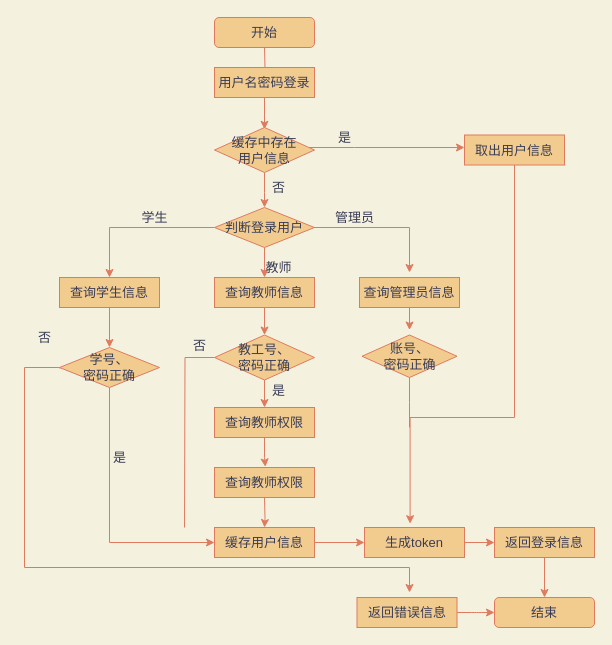
rufeng-h/healthman keeps this draw.io diagram as docs/img-raw/实现/登录流程.drawio. Above is the earlier version. Source tidied: cells renumbered, new cells numbered last; positions are measured from the earlier drawing's top-left corner, leaving out a move shared by most shapes. Both pictures are drawn from the tidied source at 100%, with x=0, y=0 at pixel (24, 17).
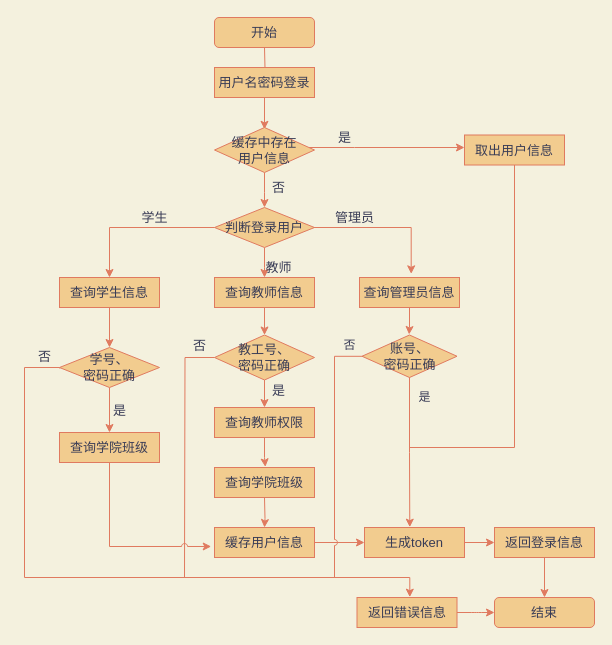
The same page after the edit.

The change refers to these unchanged cells:
```xml
<mxCell id="9" value="取出用户信息" style="whiteSpace=wrap;html=1;strokeWidth=1;fillColor=#F2CC8F;strokeColor=#E07A5F;fontColor=#393C56;fontSize=13;" parent="1" vertex="1">
  <mxGeometry x="440" y="117.5" width="100" height="30" as="geometry" />
</mxCell>
<mxCell id="12" value="生成token" style="whiteSpace=wrap;html=1;strokeWidth=1;fillColor=#F2CC8F;strokeColor=#E07A5F;fontColor=#393C56;fontSize=13;" parent="1" vertex="1">
  <mxGeometry x="340" y="510" width="100" height="30" as="geometry" />
</mxCell>
<mxCell id="19" value="判断登录用户" style="rhombus;whiteSpace=wrap;html=1;strokeWidth=1;fillColor=#F2CC8F;strokeColor=#E07A5F;fontColor=#393C56;fontSize=13;" parent="1" vertex="1">
  <mxGeometry x="190" y="190" width="100" height="40" as="geometry" />
</mxCell>
<mxCell id="22" value="教工号、&lt;br style=&quot;font-size: 13px;&quot;&gt;密码正确" style="rhombus;whiteSpace=wrap;html=1;strokeWidth=1;fillColor=#F2CC8F;strokeColor=#E07A5F;fontColor=#393C56;fontSize=13;" parent="1" vertex="1">
  <mxGeometry x="190" y="317.5" width="100" height="45" as="geometry" />
</mxCell>
<mxCell id="33" value="学号、&lt;br style=&quot;font-size: 13px;&quot;&gt;密码正确" style="rhombus;whiteSpace=wrap;html=1;strokeWidth=1;fillColor=#F2CC8F;strokeColor=#E07A5F;fontColor=#393C56;fontSize=13;" parent="1" vertex="1">
  <mxGeometry x="35" y="330" width="100" height="40" as="geometry" />
</mxCell>
<mxCell id="35" value="缓存用户信息" style="whiteSpace=wrap;html=1;strokeWidth=1;fillColor=#F2CC8F;strokeColor=#E07A5F;fontColor=#393C56;fontSize=13;" parent="1" vertex="1">
  <mxGeometry x="190" y="510" width="100" height="30" as="geometry" />
</mxCell>
<mxCell id="38" value="返回错误信息" style="whiteSpace=wrap;html=1;strokeWidth=1;fillColor=#F2CC8F;strokeColor=#E07A5F;fontColor=#393C56;fontSize=13;" parent="1" vertex="1">
  <mxGeometry x="332.5" y="580" width="100" height="30" as="geometry" />
</mxCell>
<mxCell id="45" value="查询管理员信息" style="whiteSpace=wrap;html=1;fontColor=#393C56;strokeColor=#E07A5F;strokeWidth=1;fillColor=#F2CC8F;fontSize=13;" parent="1" vertex="1">
  <mxGeometry x="335" y="260" width="100" height="30" as="geometry" />
</mxCell>
<mxCell id="48" value="账号、&lt;br style=&quot;font-size: 13px;&quot;&gt;密码正确" style="rhombus;whiteSpace=wrap;html=1;fontColor=#393C56;strokeColor=#E07A5F;strokeWidth=1;fillColor=#F2CC8F;fontSize=13;" parent="1" vertex="1">
  <mxGeometry x="337.5" y="317.5" width="95" height="42.5" as="geometry" />
</mxCell>
```

What changed in the source:
```diff
@@
-    <mxCell id="8" style="edgeStyle=orthogonalEdgeStyle;rounded=0;jettySize=auto;html=1;strokeColor=#E07A5F;fontColor=#393C56;entryX=0.456;entryY=-0.127;entryDx=0;entryDy=0;entryPerimeter=0;labelBackgroundColor=#F4F1DE;fontSize=13;" parent="1" edge="1" source="9" target="12">
-      <mxGeometry relative="1" as="geometry">
-        <Array as="points">
-          <mxPoint x="490" y="400" />
-          <mxPoint x="386" y="400" />
-        </Array>
-      </mxGeometry>
-    </mxCell>
+    <mxCell id="51" style="edgeStyle=orthogonalEdgeStyle;rounded=0;jettySize=auto;html=1;endArrow=none;endFill=0;labelBackgroundColor=#F4F1DE;strokeColor=#E07A5F;fontColor=#393C56;" parent="1" edge="1" source="9">
+      <mxGeometry relative="1" as="geometry">
+        <mxPoint x="385" y="430" as="targetPoint" />
+        <Array as="points">
+          <mxPoint x="490" y="430" />
+        </Array>
+      </mxGeometry>
+    </mxCell>
@@
-    <mxCell id="18" style="edgeStyle=orthogonalEdgeStyle;rounded=0;jettySize=auto;html=1;endArrow=classic;endFill=1;sourcePerimeterSpacing=-9;targetPerimeterSpacing=5;strokeColor=#E07A5F;fontColor=#393C56;labelBackgroundColor=#F4F1DE;fontSize=13;" parent="1" edge="1" source="19" target="45">
+    <mxCell id="18" style="edgeStyle=orthogonalEdgeStyle;rounded=0;jettySize=auto;html=1;endArrow=classic;endFill=1;sourcePerimeterSpacing=-9;targetPerimeterSpacing=5;strokeColor=#E07A5F;fontColor=#393C56;labelBackgroundColor=#F4F1DE;fontSize=13;entryX=0.517;entryY=-0.122;entryDx=0;entryDy=0;entryPerimeter=0;" parent="1" edge="1" source="19" target="45">
       <mxGeometry relative="1" as="geometry" />
     </mxCell>
@@
-    <mxCell id="21" style="edgeStyle=orthogonalEdgeStyle;rounded=0;jettySize=auto;html=1;strokeColor=#E07A5F;fontColor=#393C56;endArrow=none;endFill=0;labelBackgroundColor=#F4F1DE;fontSize=13;" parent="1" edge="1" source="22">
+    <mxCell id="21" style="edgeStyle=orthogonalEdgeStyle;rounded=0;jettySize=auto;html=1;strokeColor=#E07A5F;fontColor=#393C56;endArrow=none;endFill=0;labelBackgroundColor=#F4F1DE;fontSize=13;jumpStyle=line;" parent="1" edge="1" source="22">
       <mxGeometry relative="1" as="geometry">
-        <mxPoint x="160" y="510" as="targetPoint" />
+        <mxPoint x="160" y="560" as="targetPoint" />
       </mxGeometry>
     </mxCell>
@@
-    <mxCell id="31" style="edgeStyle=orthogonalEdgeStyle;rounded=0;jettySize=auto;html=1;strokeColor=#E07A5F;fontColor=#393C56;labelBackgroundColor=#F4F1DE;fontSize=13;" parent="1" edge="1" source="33" target="35">
-      <mxGeometry relative="1" as="geometry">
-        <Array as="points">
-          <mxPoint x="85" y="525" />
-        </Array>
-      </mxGeometry>
-    </mxCell>
-    <mxCell id="32" style="edgeStyle=orthogonalEdgeStyle;rounded=0;jettySize=auto;html=1;strokeColor=#E07A5F;fontColor=#393C56;exitX=0.002;exitY=0.525;exitDx=0;exitDy=0;exitPerimeter=0;targetPerimeterSpacing=5;sourcePerimeterSpacing=-9;labelBackgroundColor=#F4F1DE;fontSize=13;" parent="1" edge="1" source="33" target="38">
+    <mxCell id="32" style="edgeStyle=orthogonalEdgeStyle;rounded=0;jettySize=auto;html=1;strokeColor=#E07A5F;fontColor=#393C56;exitX=0.002;exitY=0.525;exitDx=0;exitDy=0;exitPerimeter=0;targetPerimeterSpacing=5;sourcePerimeterSpacing=-9;labelBackgroundColor=#F4F1DE;fontSize=13;entryX=0.528;entryY=-0.011;entryDx=0;entryDy=0;entryPerimeter=0;" parent="1" edge="1" source="33" target="38">
       <mxGeometry relative="1" as="geometry">
         <Array as="points">
           <mxPoint x="35" y="350" />
           <mxPoint y="350" />
-          <mxPoint y="550" />
-          <mxPoint x="385" y="550" />
+          <mxPoint y="560" />
+          <mxPoint x="385" y="560" />
         </Array>
       </mxGeometry>
     </mxCell>
+    <mxCell id="52" style="edgeStyle=orthogonalEdgeStyle;curved=0;rounded=1;sketch=0;jumpStyle=arc;jettySize=auto;html=1;fontColor=#393C56;strokeColor=#E07A5F;fillColor=#F2CC8F;" parent="1" edge="1" source="33" target="55">
+      <mxGeometry relative="1" as="geometry" />
+    </mxCell>
@@
     <mxCell id="36" value="是" style="text;html=1;align=center;verticalAlign=middle;strokeColor=none;fillColor=none;fontColor=#393C56;fontSize=13;" parent="1" vertex="1">
-      <mxGeometry x="80" y="430" width="30" height="20" as="geometry" />
+      <mxGeometry x="80" y="382.5" width="30" height="20" as="geometry" />
     </mxCell>
@@
     <mxCell id="40" value="否" style="text;html=1;align=center;verticalAlign=middle;strokeColor=none;fillColor=none;fontColor=#393C56;fontSize=13;" parent="1" vertex="1">
-      <mxGeometry x="5" y="310" width="30" height="20" as="geometry" />
+      <mxGeometry x="5" y="328.8" width="30" height="20" as="geometry" />
     </mxCell>
@@
-    <mxCell id="43" value="查询教师权限" style="whiteSpace=wrap;html=1;strokeWidth=1;fillColor=#F2CC8F;strokeColor=#E07A5F;fontColor=#393C56;fontSize=13;" parent="1" vertex="1">
+    <mxCell id="43" value="查询学院班级" style="whiteSpace=wrap;html=1;strokeWidth=1;fillColor=#F2CC8F;strokeColor=#E07A5F;fontColor=#393C56;fontSize=13;" parent="1" vertex="1">
       <mxGeometry x="190" y="450" width="100" height="30" as="geometry" />
     </mxCell>
-    <mxCell id="44" style="edgeStyle=orthogonalEdgeStyle;rounded=0;jettySize=auto;html=1;endArrow=classic;endFill=1;sourcePerimeterSpacing=-9;targetPerimeterSpacing=5;strokeColor=#E07A5F;fontColor=#393C56;labelBackgroundColor=#F4F1DE;fontSize=13;" parent="1" edge="1" source="45" target="48">
+    <mxCell id="44" style="edgeStyle=orthogonalEdgeStyle;rounded=0;jettySize=auto;html=1;endArrow=classic;endFill=1;sourcePerimeterSpacing=-9;targetPerimeterSpacing=5;strokeColor=#E07A5F;fontColor=#393C56;labelBackgroundColor=#F4F1DE;fontSize=13;entryX=0.496;entryY=-0.012;entryDx=0;entryDy=0;entryPerimeter=0;" parent="1" edge="1" source="45" target="48">
       <mxGeometry relative="1" as="geometry" />
     </mxCell>
@@
-    <mxCell id="47" style="edgeStyle=orthogonalEdgeStyle;rounded=0;jettySize=auto;html=1;endArrow=none;endFill=0;sourcePerimeterSpacing=-9;targetPerimeterSpacing=5;strokeColor=#E07A5F;fontColor=#393C56;labelBackgroundColor=#F4F1DE;fontSize=13;" parent="1" edge="1" source="48">
-      <mxGeometry relative="1" as="geometry">
-        <mxPoint x="385" y="410" as="targetPoint" />
-      </mxGeometry>
+    <mxCell id="47" style="edgeStyle=orthogonalEdgeStyle;rounded=0;jettySize=auto;html=1;endArrow=classic;endFill=1;sourcePerimeterSpacing=-9;targetPerimeterSpacing=5;strokeColor=#E07A5F;fontColor=#393C56;labelBackgroundColor=#F4F1DE;fontSize=13;entryX=0.453;entryY=-0.011;entryDx=0;entryDy=0;entryPerimeter=0;" parent="1" edge="1" source="48" target="12">
+      <mxGeometry relative="1" as="geometry" />
     </mxCell>
+    <mxCell id="53" style="edgeStyle=orthogonalEdgeStyle;rounded=0;sketch=0;jumpStyle=arc;jettySize=auto;html=1;fontColor=#393C56;strokeColor=#E07A5F;fillColor=#F2CC8F;endArrow=none;endFill=0;" parent="1" edge="1" source="48">
+      <mxGeometry relative="1" as="geometry">
+        <mxPoint x="320" y="560" as="targetPoint" />
+        <Array as="points">
+          <mxPoint x="310" y="339" />
+          <mxPoint x="310" y="560" />
+        </Array>
+      </mxGeometry>
+    </mxCell>
@@
+    <mxCell id="54" style="edgeStyle=orthogonalEdgeStyle;rounded=0;sketch=0;jumpStyle=arc;jettySize=auto;html=1;fontColor=#393C56;strokeColor=#E07A5F;fillColor=#F2CC8F;entryX=-0.033;entryY=0.633;entryDx=0;entryDy=0;entryPerimeter=0;" parent="1" edge="1" source="55" target="35">
+      <mxGeometry relative="1" as="geometry">
+        <Array as="points">
+          <mxPoint x="85" y="529" />
+        </Array>
+      </mxGeometry>
+    </mxCell>
+    <mxCell id="55" value="查询学院班级" style="whiteSpace=wrap;html=1;strokeWidth=1;fillColor=#F2CC8F;strokeColor=#E07A5F;fontColor=#393C56;fontSize=13;" parent="1" vertex="1">
+      <mxGeometry x="35" y="415" width="100" height="30" as="geometry" />
+    </mxCell>
+    <mxCell id="56" value="否" style="text;html=1;align=center;verticalAlign=middle;strokeColor=none;fillColor=none;fontColor=#393C56;" parent="1" vertex="1">
+      <mxGeometry x="310" y="317.5" width="30" height="20" as="geometry" />
+    </mxCell>
+    <mxCell id="57" value="是" style="text;html=1;align=center;verticalAlign=middle;strokeColor=none;fillColor=none;fontColor=#393C56;" parent="1" vertex="1">
+      <mxGeometry x="385" y="370" width="30" height="20" as="geometry" />
+    </mxCell>
```
